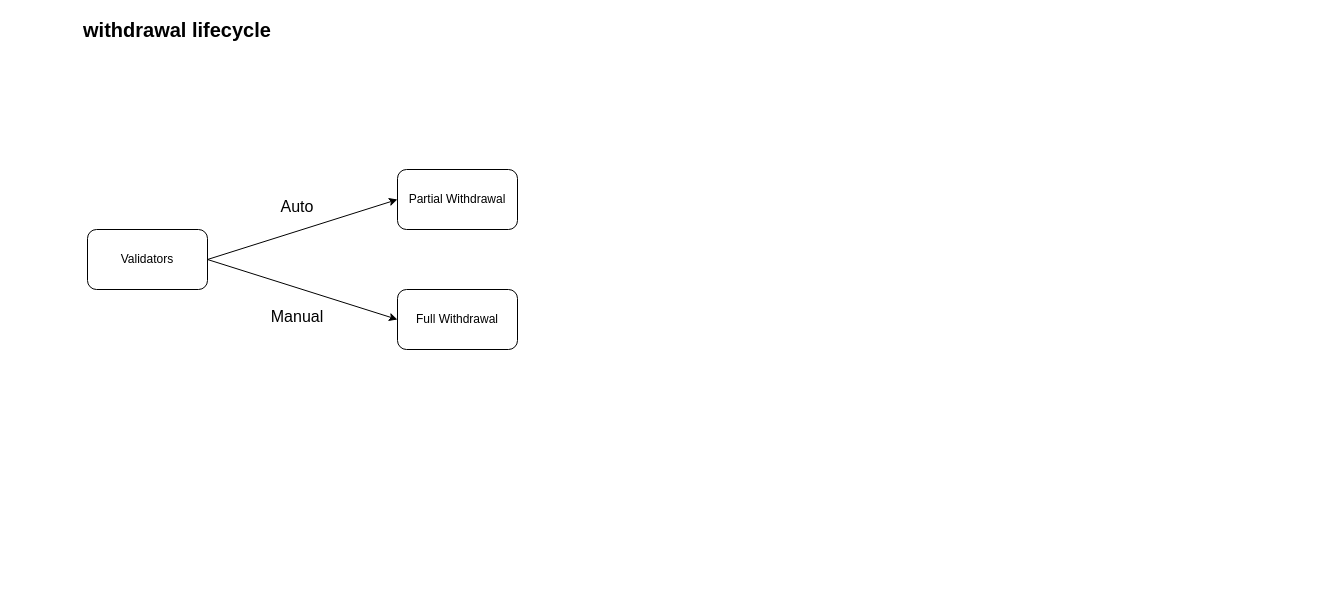
The draw.io diagram beacon-chain-withdrawals/withdrawal-lifecycle.drawio in 0xyicheng/a-research-diagram, before the edit. Source tidied: cells renumbered, new cells numbered last; positions are measured from the earlier drawing's top-left corner, leaving out a move shared by most shapes. Both pictures are drawn from the tidied source at 100%, with x=0, y=0 at pixel (17, 19).
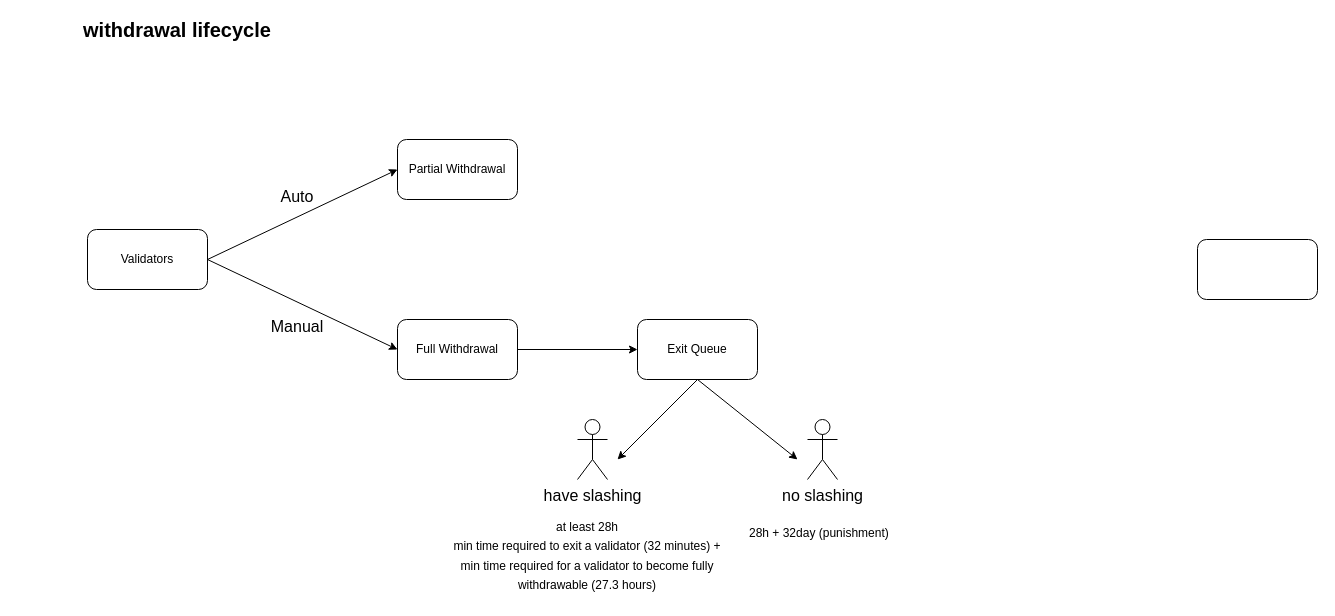
The same diagram, later.

What changed in the source:
```diff
@@
     <mxCell id="3" value="Partial Withdrawal" style="rounded=1;whiteSpace=wrap;html=1;" parent="1" vertex="1">
-      <mxGeometry x="380" y="150" width="120" height="60" as="geometry" />
+      <mxGeometry x="380" y="120" width="120" height="60" as="geometry" />
     </mxCell>
@@
     <mxCell id="5" value="Full Withdrawal" style="rounded=1;whiteSpace=wrap;html=1;" parent="1" vertex="1">
-      <mxGeometry x="380" y="270" width="120" height="60" as="geometry" />
+      <mxGeometry x="380" y="300" width="120" height="60" as="geometry" />
     </mxCell>
@@
     <mxCell id="8" value="&lt;font style=&quot;font-size: 16px;&quot;&gt;Auto&lt;/font&gt;" style="text;html=1;strokeColor=none;fillColor=none;align=center;verticalAlign=middle;whiteSpace=wrap;rounded=0;fontSize=20;" parent="1" vertex="1">
-      <mxGeometry x="250" y="170" width="60" height="30" as="geometry" />
+      <mxGeometry x="250" y="160" width="60" height="30" as="geometry" />
     </mxCell>
     <mxCell id="9" value="&lt;span style=&quot;font-size: 16px;&quot;&gt;Manual&lt;/span&gt;" style="text;html=1;strokeColor=none;fillColor=none;align=center;verticalAlign=middle;whiteSpace=wrap;rounded=0;fontSize=20;" parent="1" vertex="1">
-      <mxGeometry x="250" y="280" width="60" height="30" as="geometry" />
+      <mxGeometry x="250" y="290" width="60" height="30" as="geometry" />
     </mxCell>
+    <mxCell id="10" value="have slashing" style="shape=umlActor;verticalLabelPosition=bottom;verticalAlign=top;html=1;fontSize=16;" parent="1" vertex="1">
+      <mxGeometry x="560" y="400" width="30" height="60" as="geometry" />
+    </mxCell>
+    <mxCell id="11" value="no slashing" style="shape=umlActor;verticalLabelPosition=bottom;verticalAlign=top;html=1;fontSize=16;" parent="1" vertex="1">
+      <mxGeometry x="790" y="400" width="30" height="60" as="geometry" />
+    </mxCell>
+    <mxCell id="12" value="&lt;font style=&quot;font-size: 12px;&quot;&gt;at least 28h&lt;br&gt;min time required to exit a validator (32 minutes) + min time required for a validator to become fully withdrawable (27.3 hours)&lt;br&gt;&lt;/font&gt;" style="text;html=1;strokeColor=none;fillColor=none;align=center;verticalAlign=middle;whiteSpace=wrap;rounded=0;fontSize=16;" parent="1" vertex="1">
+      <mxGeometry x="430" y="490" width="280" height="90" as="geometry" />
+    </mxCell>
+    <mxCell id="13" value="28h + 32day (punishment)" style="text;whiteSpace=wrap;html=1;fontSize=12;" parent="1" vertex="1">
+      <mxGeometry x="730" y="500" width="150" height="20" as="geometry" />
+    </mxCell>
+    <mxCell id="14" style="rounded=1;whiteSpace=wrap;html=1;fontSize=12;" parent="1" vertex="1">
+      <mxGeometry x="1180" y="220" width="120" height="60" as="geometry" />
+    </mxCell>
+    <mxCell id="15" value="Exit Queue" style="rounded=1;whiteSpace=wrap;html=1;fontSize=12;" parent="1" vertex="1">
+      <mxGeometry x="620" y="300" width="120" height="60" as="geometry" />
+    </mxCell>
+    <mxCell id="16" style="endArrow=classic;html=1;rounded=0;fontSize=20;exitX=1;exitY=0.5;exitDx=0;exitDy=0;entryX=0;entryY=0.5;entryDx=0;entryDy=0;" parent="1" edge="1" source="5" target="15">
+      <mxGeometry relative="1" as="geometry" />
+    </mxCell>
+    <mxCell id="17" style="endArrow=classic;html=1;rounded=0;fontSize=20;exitX=0.5;exitY=1;exitDx=0;exitDy=0;" parent="1" edge="1" source="15">
+      <mxGeometry relative="1" as="geometry">
+        <mxPoint x="600" y="440" as="targetPoint" />
+      </mxGeometry>
+    </mxCell>
+    <mxCell id="18" style="endArrow=classic;html=1;rounded=0;fontSize=20;exitX=0.5;exitY=1;exitDx=0;exitDy=0;" parent="1" edge="1" source="15">
+      <mxGeometry relative="1" as="geometry">
+        <mxPoint x="780" y="440" as="targetPoint" />
+      </mxGeometry>
+    </mxCell>
```
